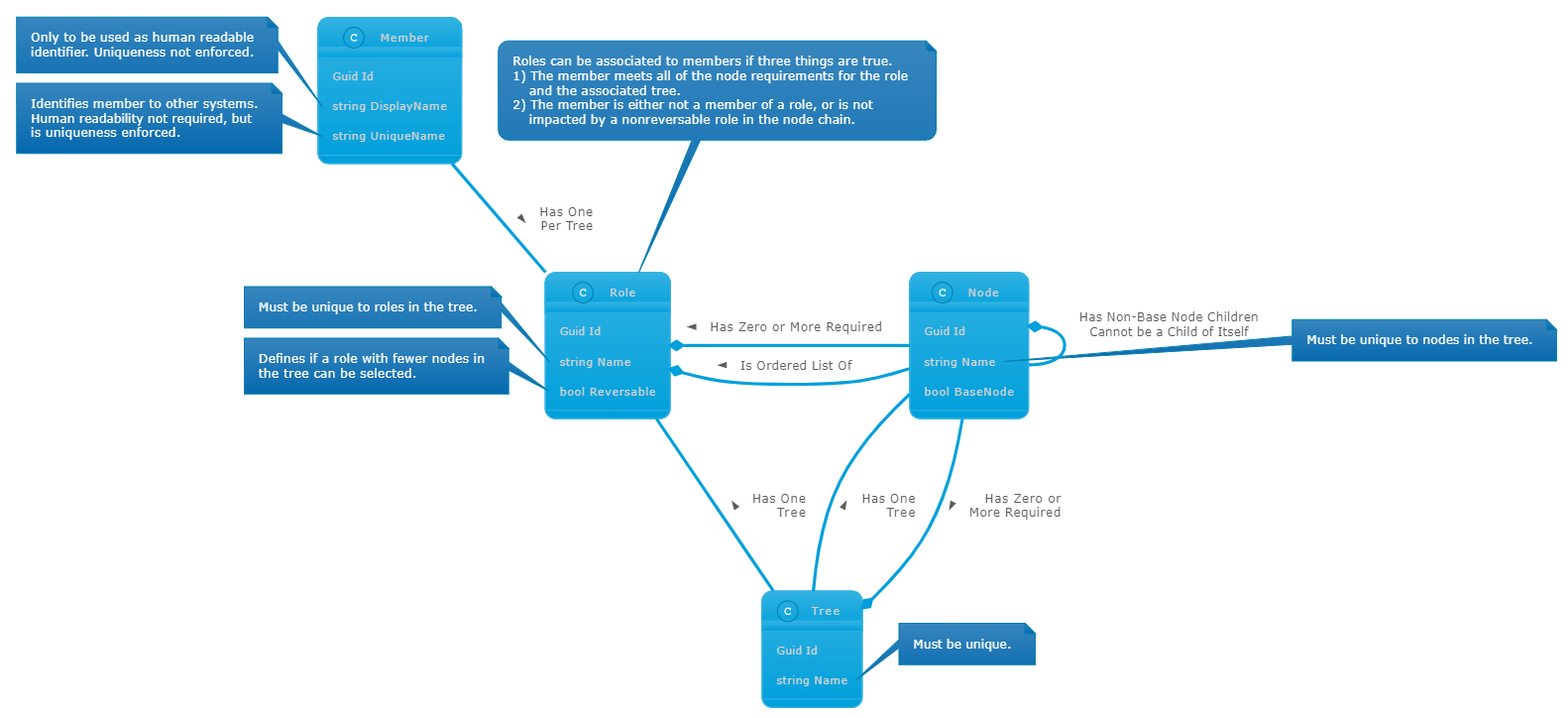
Before: docs/RoleDomainModelMap.png, a diagram exported from PlantUML (rtranchilla/RoleManagement). Its source is kept beside it as docs/RoleDomainModelMap.pu.
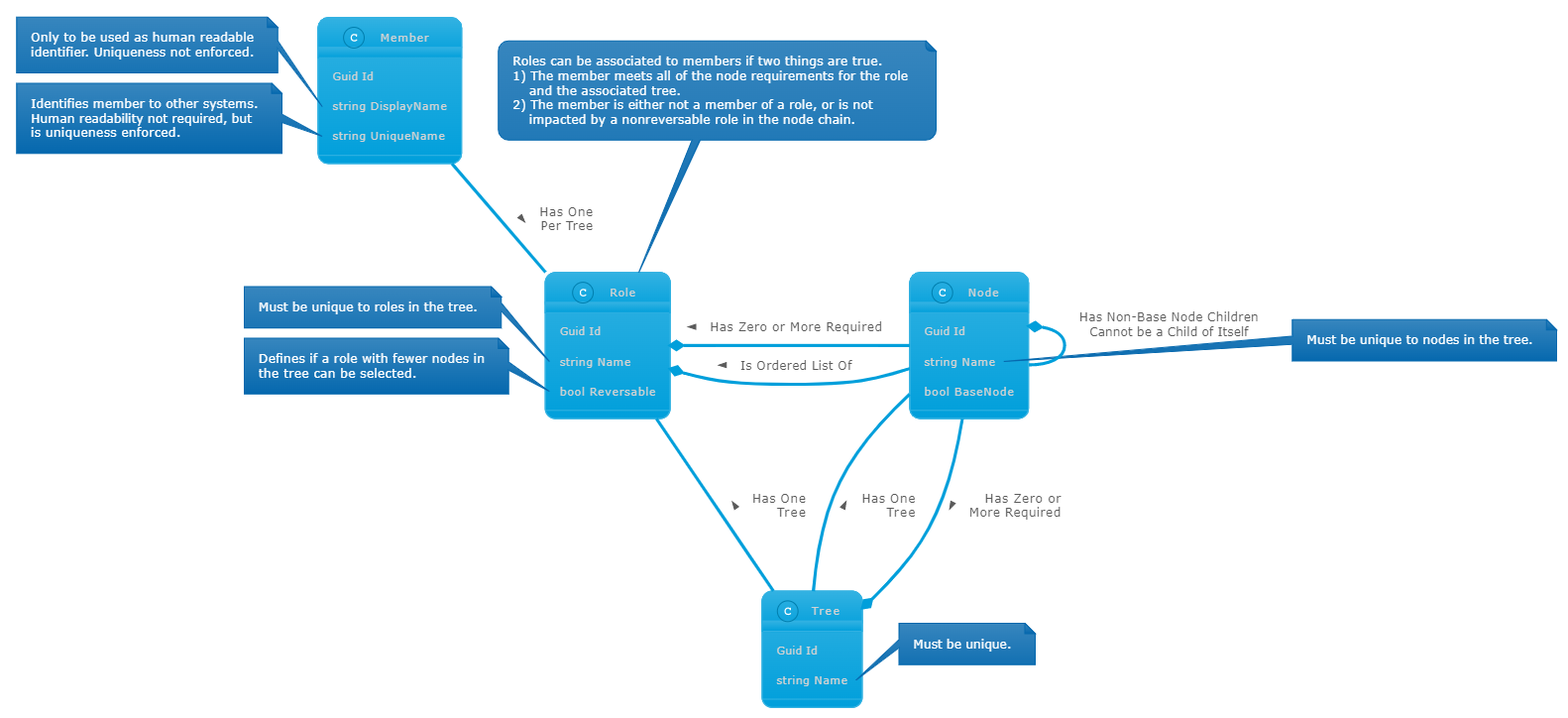
After the commit.

Diff of the diagram source:
```diff
@@ -32,7 +32,7 @@
 }
 
 note top of Role
-  Roles can be associated to members if three things are true.
+  Roles can be associated to members if two things are true.
   1) The member meets all of the node requirements for the role
       and the associated tree.
   2) The member is either not a member of a role, or is not
```
